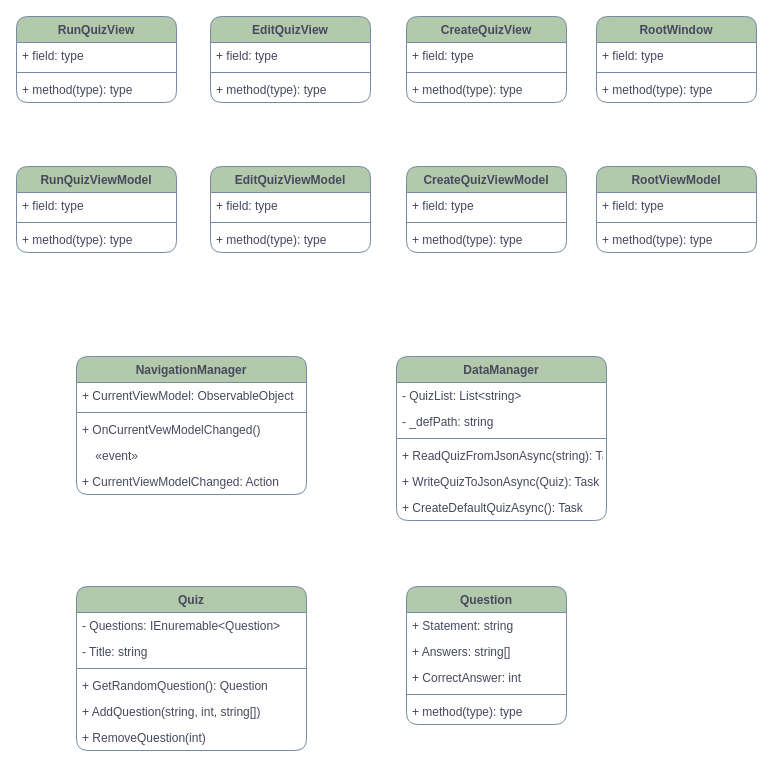
The draw.io diagram Labb 3.drawio in pinkros/Exercises, before the edit. Source tidied: cells renumbered, new cells numbered last; positions are measured from the earlier drawing's top-left corner, leaving out a move shared by most shapes. Both pictures are drawn from the tidied source at 100%, with x=0, y=0 at pixel (16, 16).
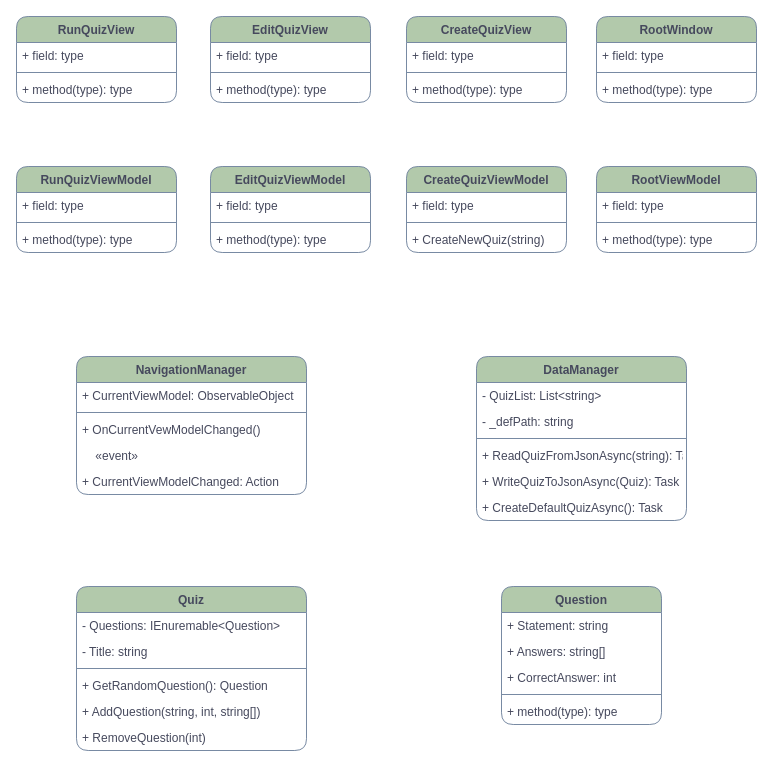
The same diagram, later.

The change refers to these unchanged cells:
```xml
<mxCell id="22" value="CreateQuizViewModel" style="swimlane;fontStyle=1;align=center;verticalAlign=top;horizontal=1;startSize=26;rounded=1;fillColor=#B2C9AB;strokeColor=#788AA3;fontColor=#46495D;" parent="1" vertex="1">
  <mxGeometry x="390" y="150" width="160" height="86" as="geometry" />
</mxCell>
```

Diff of the diagram source:
```diff
@@
-    <mxCell id="25" value="+ method(type): type" style="text;strokeColor=none;fillColor=none;align=left;verticalAlign=top;spacingLeft=4;spacingRight=4;overflow=hidden;rounded=1;fontColor=#46495D;" parent="22" vertex="1">
+    <mxCell id="25" value="+ CreateNewQuiz(string)" style="text;strokeColor=none;fillColor=none;align=left;verticalAlign=top;spacingLeft=4;spacingRight=4;overflow=hidden;rounded=1;fontColor=#46495D;" parent="22" vertex="1">
       <mxGeometry y="60" width="160" height="26" as="geometry" />
     </mxCell>
@@
     <mxCell id="33" value="Question" style="swimlane;fontStyle=1;align=center;verticalAlign=top;horizontal=1;startSize=26;rounded=1;fillColor=#B2C9AB;strokeColor=#788AA3;fontColor=#46495D;" parent="1" vertex="1">
-      <mxGeometry x="390" y="570" width="160" height="138" as="geometry" />
+      <mxGeometry x="485" y="570" width="160" height="138" as="geometry" />
     </mxCell>
@@
     <mxCell id="45" value="DataManager" style="swimlane;fontStyle=1;align=center;verticalAlign=top;horizontal=1;startSize=26;rounded=1;fillColor=#B2C9AB;strokeColor=#788AA3;fontColor=#46495D;" parent="1" vertex="1">
-      <mxGeometry x="380" y="340" width="210" height="164" as="geometry" />
+      <mxGeometry x="460" y="340" width="210" height="164" as="geometry" />
     </mxCell>
```
